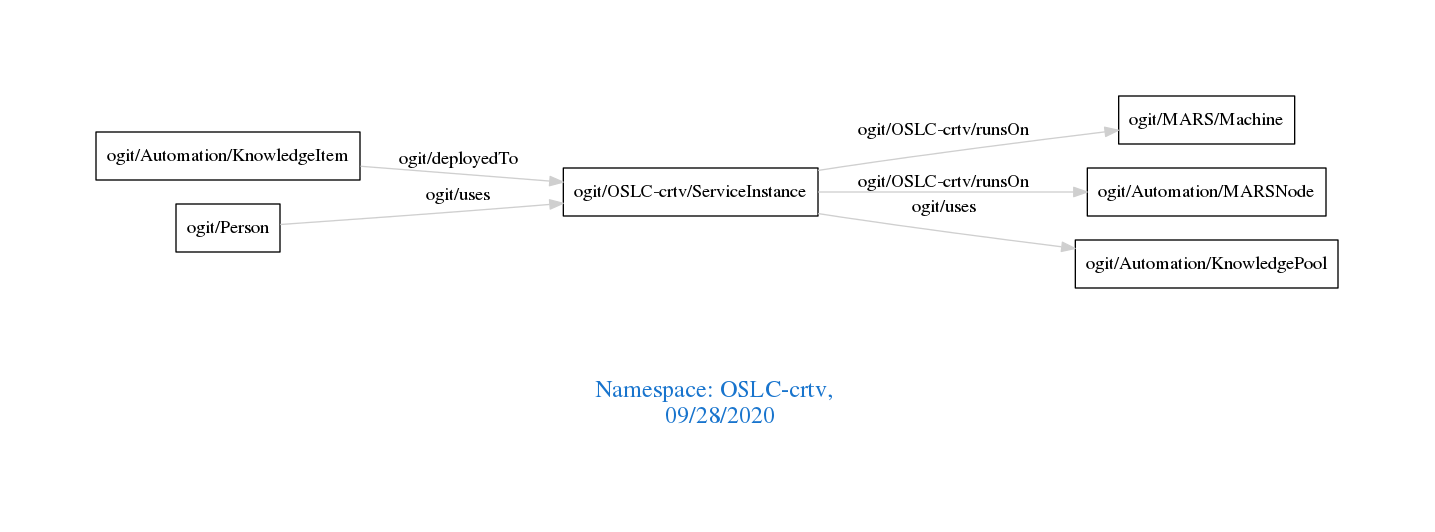
Above: downloads/OSLC-crtv.png in arago/OGIT (Graphviz), before the change. Its source is kept beside it as downloads/OSLC-crtv.dot.
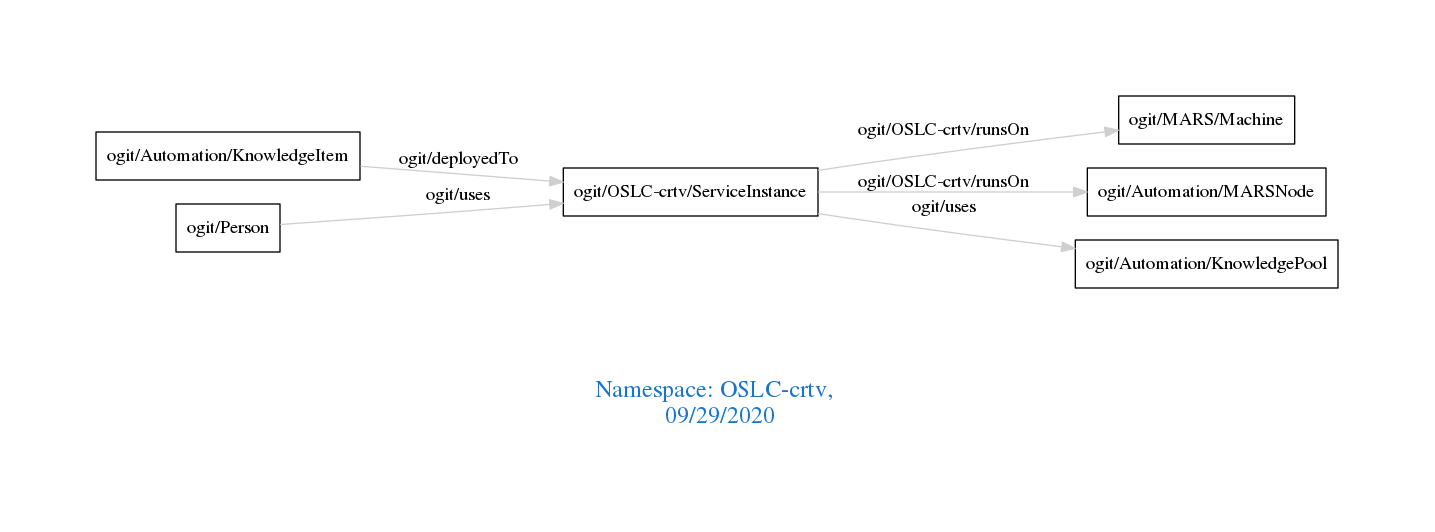
After the commit.

The edit, as a diff of the source:
```diff
@@ -1,7 +1,7 @@
 digraph OGIT_ontology {
  graph [ rankdir= LR,pad=1
 fontsize = 18,
-fontcolor= dodgerblue3,label = "\n\n\nNamespace: OSLC-crtv, \n 09/28/2020"];
+fontcolor= dodgerblue3,label = "\n\n\nNamespace: OSLC-crtv, \n 09/29/2020"];
 node[shape=polygon];
 edge [  color="gray81"];
 
```
